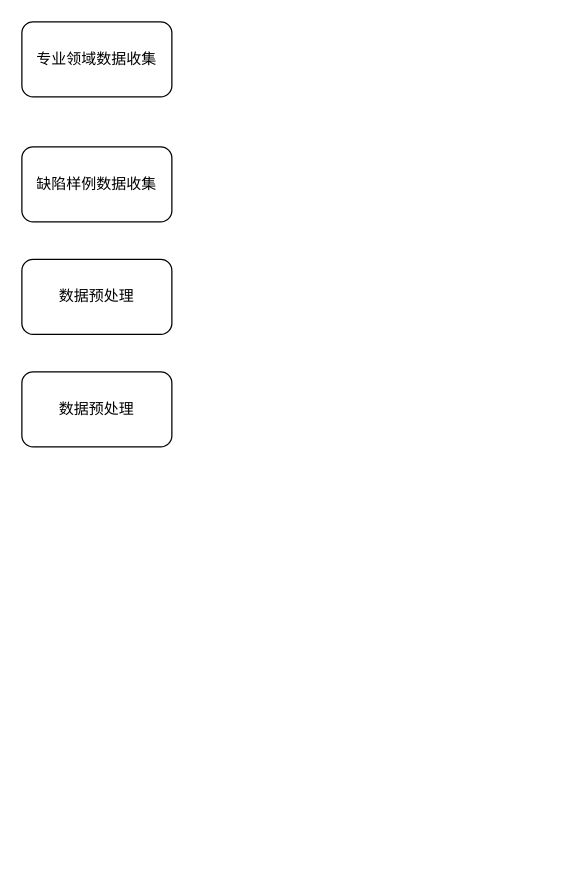
Earlier version of the draw.io diagram page "专利方法图" (5 of 5) of 航电专利1.drawio (fydgmy/jubilant-potato). Source tidied: cells renumbered, new cells numbered last; positions are measured from the earlier drawing's top-left corner, leaving out a move shared by most shapes. Both pictures are drawn from the tidied source at 125%, with x=0, y=0 at pixel (21, 21).
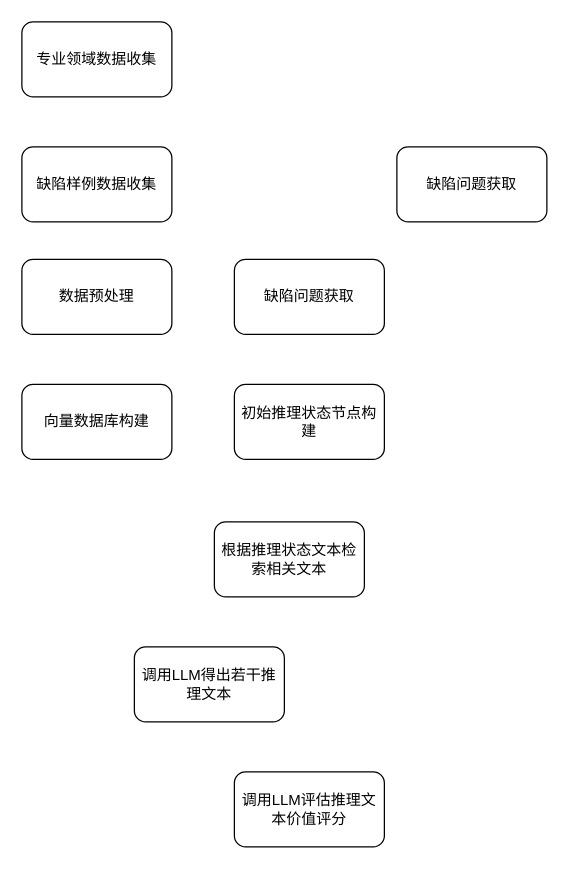
The same page after the edit.

Change to the diagram source:
```diff
@@
 <mxGraphModel>
   <root>
     <mxCell id="0" />
     <mxCell id="1" parent="0" />
     <mxCell id="2" value="专业领域数据收集" style="rounded=1;whiteSpace=wrap;html=1;" parent="1" vertex="1">
       <mxGeometry width="120" height="60" as="geometry" />
     </mxCell>
     <mxCell id="3" value="缺陷样例数据收集" style="rounded=1;whiteSpace=wrap;html=1;" parent="1" vertex="1">
       <mxGeometry y="100" width="120" height="60" as="geometry" />
     </mxCell>
     <mxCell id="4" value="数据预处理" style="rounded=1;whiteSpace=wrap;html=1;" parent="1" vertex="1">
       <mxGeometry y="190" width="120" height="60" as="geometry" />
     </mxCell>
-    <mxCell id="5" value="数据预处理" style="rounded=1;whiteSpace=wrap;html=1;" parent="1" vertex="1">
-      <mxGeometry y="280" width="120" height="60" as="geometry" />
+    <mxCell id="5" value="向量数据库构建" style="rounded=1;whiteSpace=wrap;html=1;" parent="1" vertex="1">
+      <mxGeometry y="290" width="120" height="60" as="geometry" />
     </mxCell>
+    <mxCell id="6" value="缺陷问题获取" style="rounded=1;whiteSpace=wrap;html=1;" parent="1" vertex="1">
+      <mxGeometry x="170" y="190" width="120" height="60" as="geometry" />
+    </mxCell>
+    <mxCell id="7" value="缺陷问题获取" style="rounded=1;whiteSpace=wrap;html=1;" parent="1" vertex="1">
+      <mxGeometry x="300" y="100" width="120" height="60" as="geometry" />
+    </mxCell>
+    <mxCell id="8" value="根据推理状态文本检索相关文本" style="rounded=1;whiteSpace=wrap;html=1;" parent="1" vertex="1">
+      <mxGeometry x="154" y="400" width="120" height="60" as="geometry" />
+    </mxCell>
+    <mxCell id="9" value="调用LLM得出若干推理文本" style="rounded=1;whiteSpace=wrap;html=1;" parent="1" vertex="1">
+      <mxGeometry x="90" y="500" width="120" height="60" as="geometry" />
+    </mxCell>
+    <mxCell id="10" value="调用LLM评估推理文本价值评分" style="rounded=1;whiteSpace=wrap;html=1;" parent="1" vertex="1">
+      <mxGeometry x="170" y="600" width="120" height="60" as="geometry" />
+    </mxCell>
+    <mxCell id="11" value="初始推理状态节点构建" style="rounded=1;whiteSpace=wrap;html=1;" parent="1" vertex="1">
+      <mxGeometry x="170" y="290" width="120" height="60" as="geometry" />
+    </mxCell>
   </root>
 </mxGraphModel>
```
